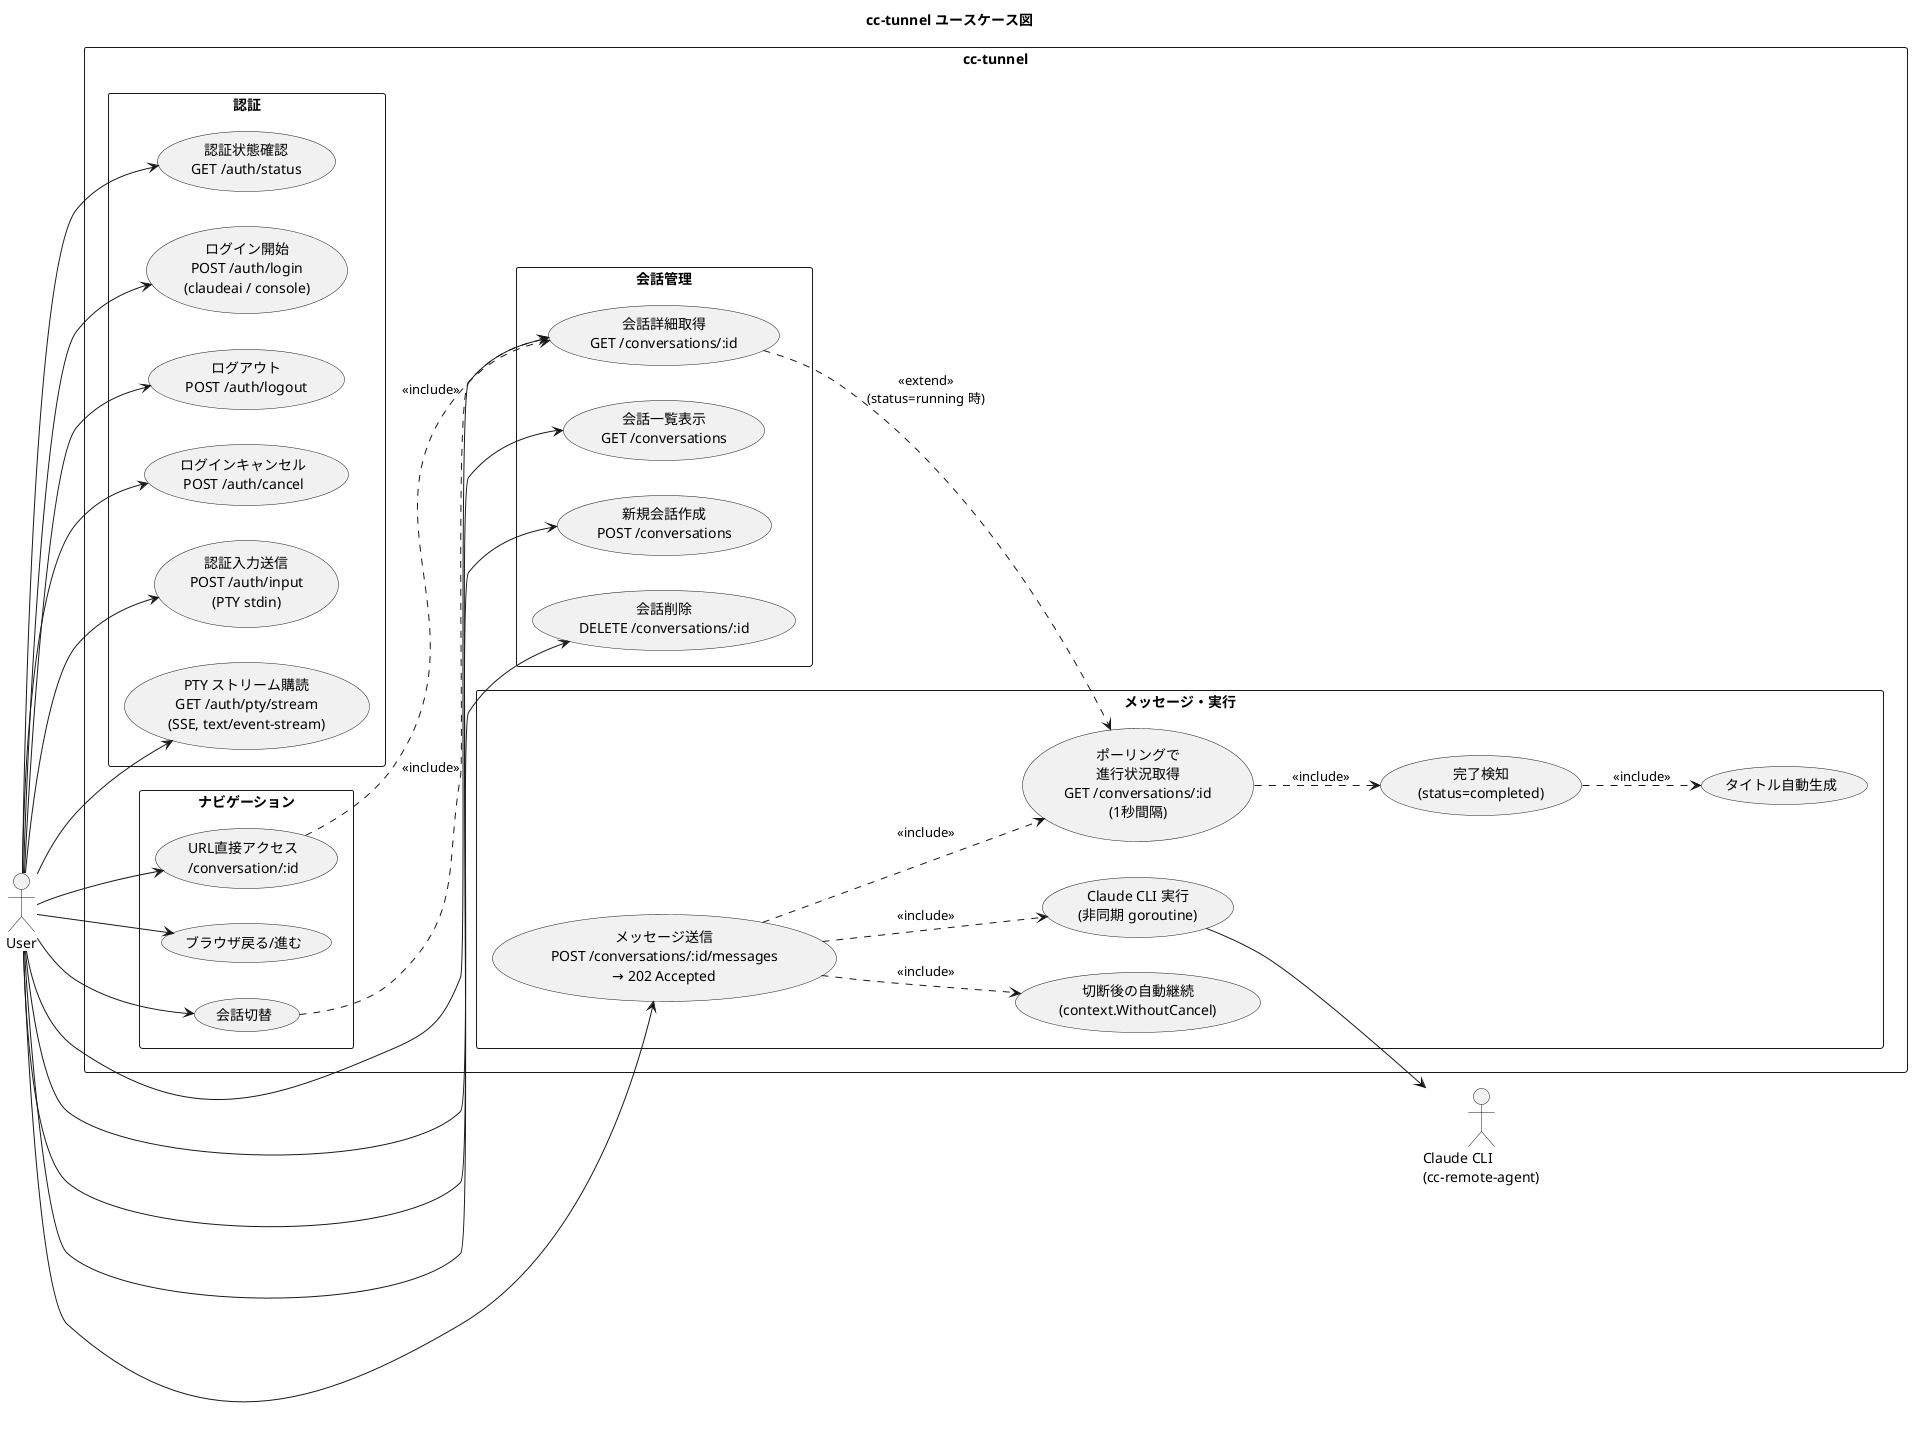
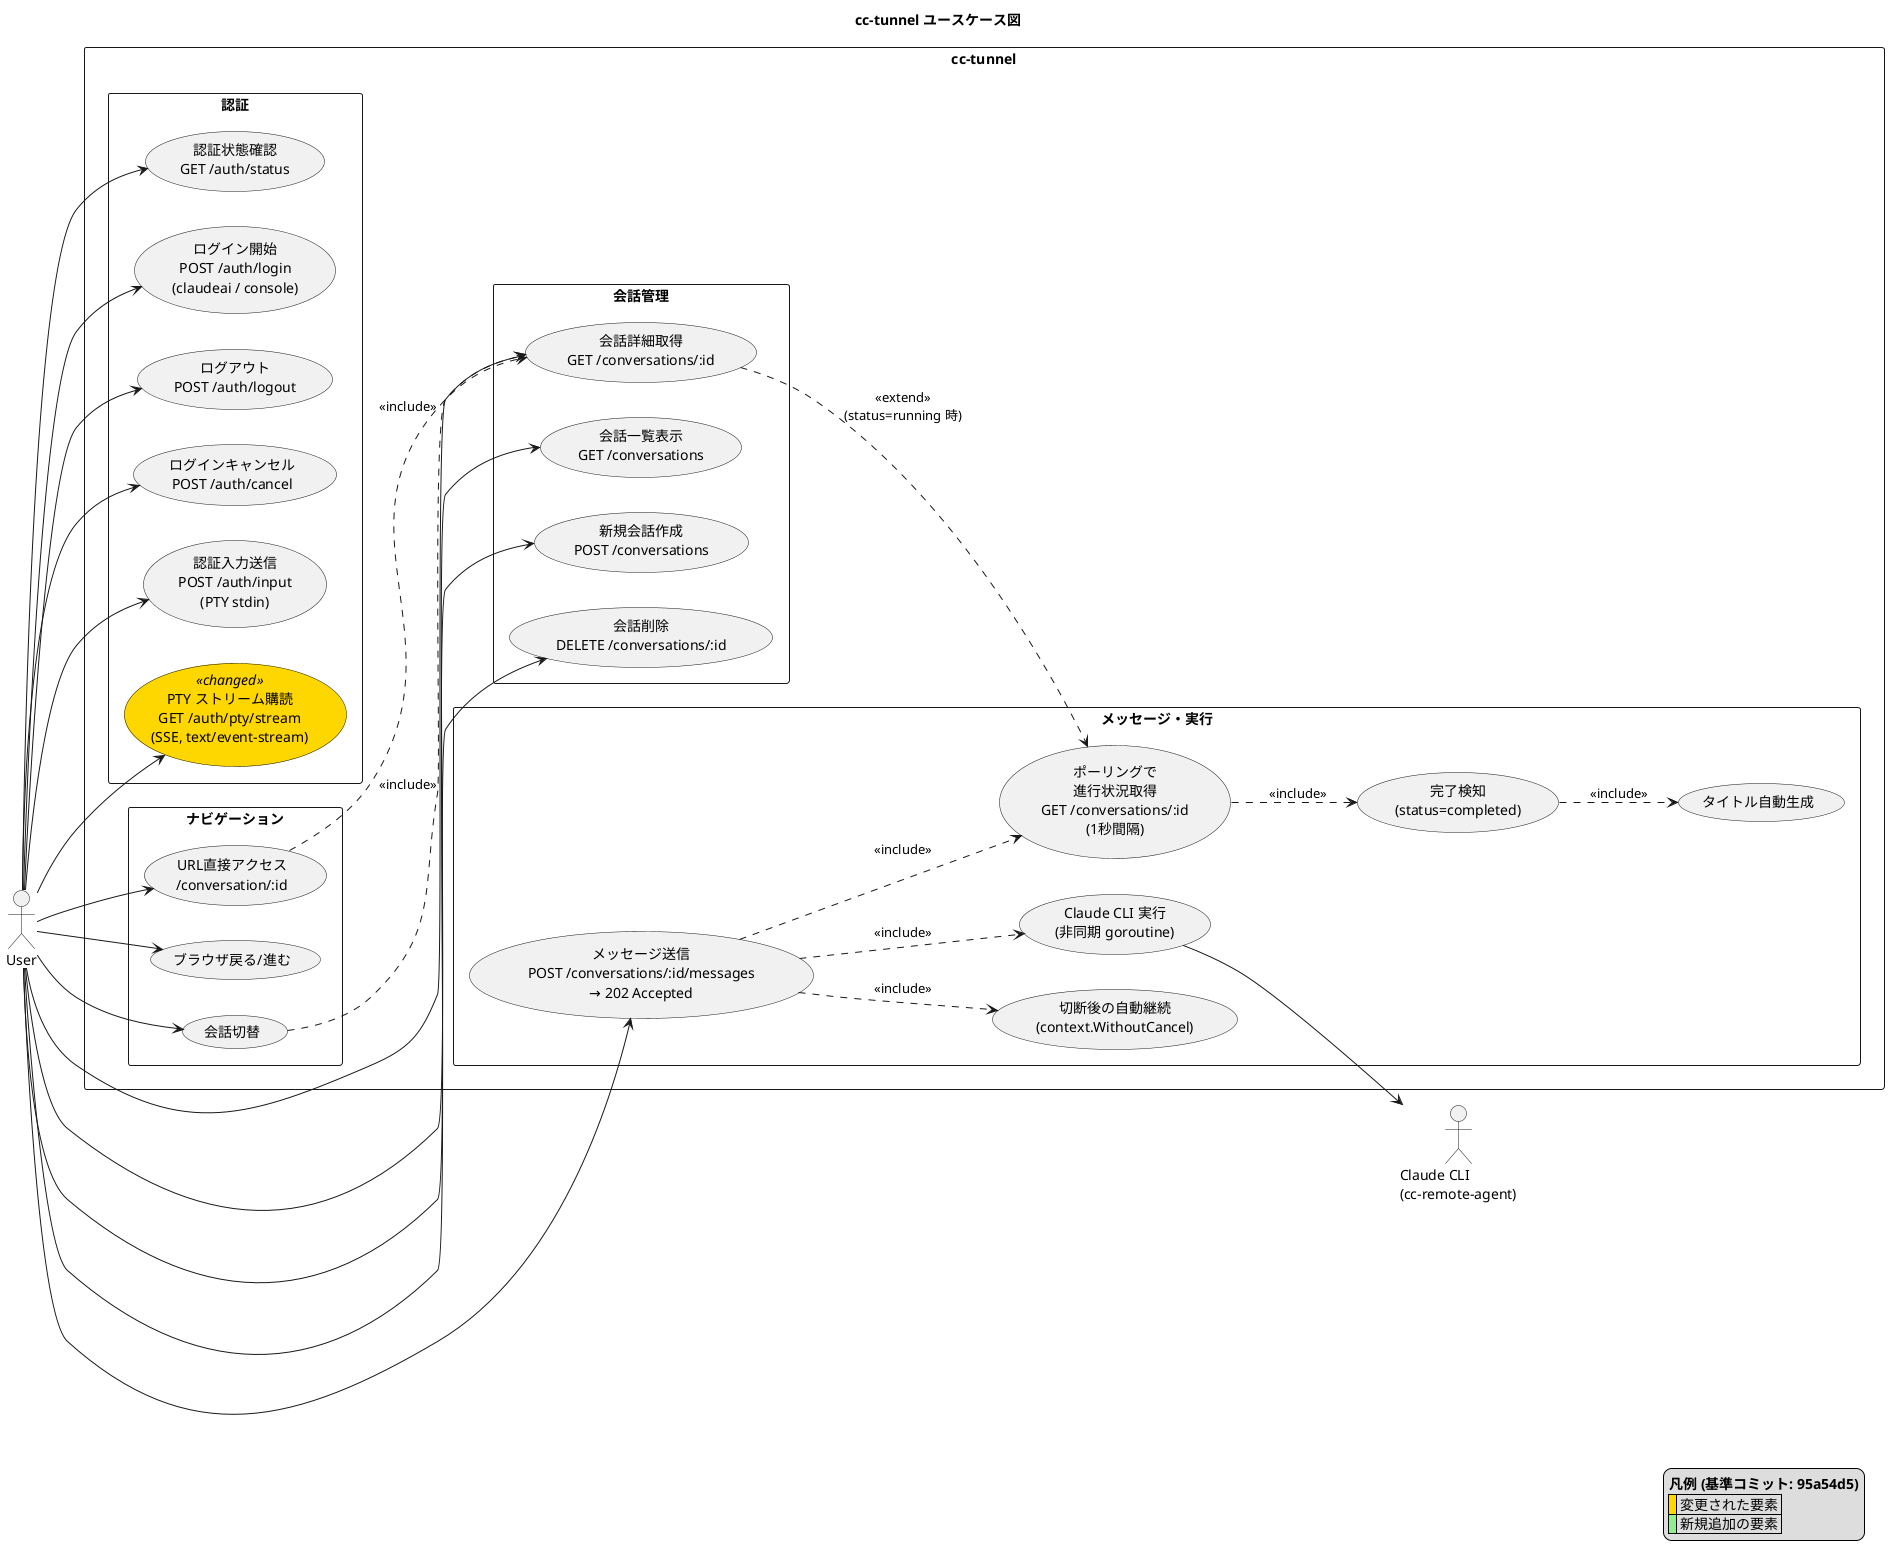
@startuml usecase
title cc-tunnel ユースケース図

left to right direction
+ 
+ skinparam usecase<<changed>> {
+   BackgroundColor #FFD700
+ }

actor "User" as user
actor "Claude CLI\n(cc-remote-agent)" as claude

rectangle "cc-tunnel" {

  ' ---- 認証 ----
  rectangle "認証" {
    usecase "認証状態確認\nGET /auth/status" as UC_AuthStatus
    usecase "ログイン開始\nPOST /auth/login\n(claudeai / console)" as UC_Login
    usecase "ログアウト\nPOST /auth/logout" as UC_Logout
    usecase "ログインキャンセル\nPOST /auth/cancel" as UC_CancelLogin
    usecase "認証入力送信\nPOST /auth/input\n(PTY stdin)" as UC_AuthInput
-     usecase "PTY ストリーム購読\nGET /auth/pty/stream\n(SSE, text/event-stream)" as UC_AuthOutput
+     usecase "PTY ストリーム購読\nGET /auth/pty/stream\n(SSE, text/event-stream)" as UC_AuthOutput <<changed>>
  }

  ' ---- 会話管理 ----
  rectangle "会話管理" {
    usecase "会話一覧表示\nGET /conversations" as UC_ListConv
    usecase "新規会話作成\nPOST /conversations" as UC_CreateConv
    usecase "会話詳細取得\nGET /conversations/:id" as UC_GetConv
    usecase "会話削除\nDELETE /conversations/:id" as UC_DeleteConv
  }

  ' ---- メッセージ・実行 ----
  rectangle "メッセージ・実行" {
    usecase "メッセージ送信\nPOST /conversations/:id/messages\n→ 202 Accepted" as UC_SendMsg
    usecase "Claude CLI 実行\n(非同期 goroutine)" as UC_ExecClaude
    usecase "ポーリングで\n進行状況取得\nGET /conversations/:id\n(1秒間隔)" as UC_Polling
    usecase "完了検知\n(status=completed)" as UC_Complete
    usecase "タイトル自動生成" as UC_Title
    usecase "切断後の自動継続\n(context.WithoutCancel)" as UC_Disconnect
  }

  ' ---- ナビゲーション ----
  rectangle "ナビゲーション" {
    usecase "URL直接アクセス\n/conversation/:id" as UC_DirectURL
    usecase "ブラウザ戻る/進む" as UC_BrowserNav
    usecase "会話切替" as UC_SwitchConv
  }

}

' --- User associations ---
user --> UC_AuthStatus
user --> UC_Login
user --> UC_Logout
user --> UC_CancelLogin
user --> UC_AuthInput
user --> UC_AuthOutput

user --> UC_ListConv
user --> UC_CreateConv
user --> UC_GetConv
user --> UC_DeleteConv

user --> UC_SendMsg
user --> UC_DirectURL
user --> UC_BrowserNav
user --> UC_SwitchConv

' --- Use case relationships ---
UC_SendMsg ..> UC_ExecClaude : <<include>>
UC_SendMsg ..> UC_Disconnect : <<include>>
UC_SendMsg ..> UC_Polling : <<include>>
UC_GetConv ..> UC_Polling : <<extend>>\n(status=running 時)
UC_Polling ..> UC_Complete : <<include>>
UC_Complete ..> UC_Title : <<include>>
UC_SwitchConv ..> UC_GetConv : <<include>>
UC_DirectURL ..> UC_GetConv : <<include>>

' --- Claude CLI associations ---
UC_ExecClaude --> claude

+ legend right
+   **凡例 (基準コミット: 95a54d5)**
+   |<#FFD700>  | 変更された要素 |
+   |<#90EE90>  | 新規追加の要素 |
+ endlegend
+ 
@enduml
